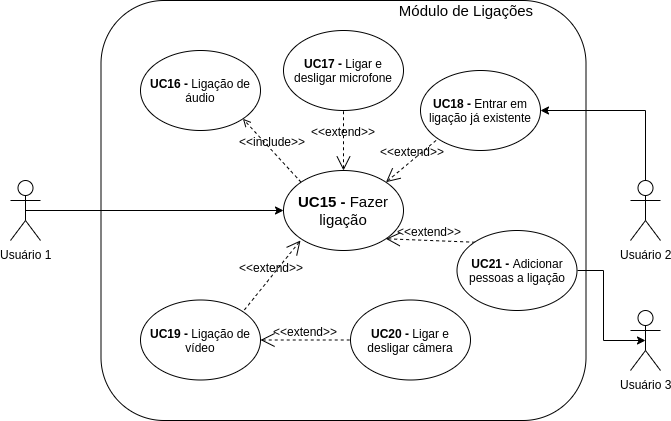
Above: docs/docs/assets/img/modeling/uc_diagrams/UserCasesDiagram_Wire_Ligacoes.png in Requisitos-de-Software/2019.2-Wire (draw.io), before the change. Source tidied: cells renumbered, new cells last; positions are measured from the earlier drawing's top-left corner, leaving out a move shared by most shapes.
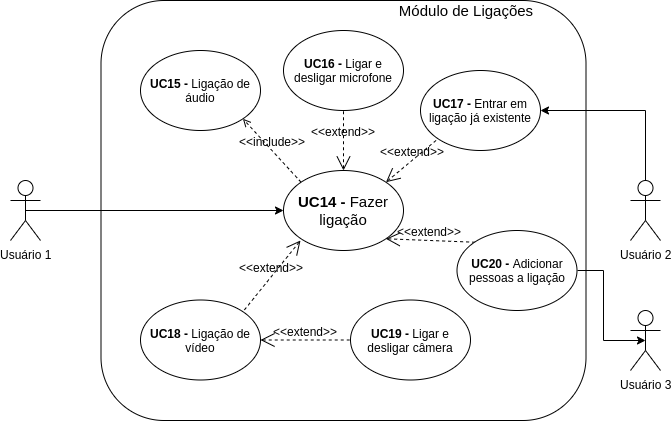
Above is the later version.

Commit message:
Update user cases document

Diff of the diagram source:
```diff
@@ -14,7 +14,7 @@
     <mxCell id="5" style="edgeStyle=orthogonalEdgeStyle;rounded=0;jettySize=auto;html=1;exitX=0;exitY=0.5;exitDx=0;exitDy=0;entryX=0.5;entryY=0.5;entryDx=0;entryDy=0;entryPerimeter=0;startArrow=classic;startFill=1;endArrow=none;endFill=0;fontSize=15;" parent="1" edge="1" source="6" target="4">
       <mxGeometry relative="1" as="geometry" />
     </mxCell>
-    <mxCell id="6" value="&lt;font style=&quot;font-size: 15px&quot;&gt;&lt;b&gt;UC15 -&amp;nbsp;&lt;/b&gt;Fazer ligação&lt;/font&gt;" style="ellipse;whiteSpace=wrap;html=1;fontSize=12;" parent="1" vertex="1">
+    <mxCell id="6" value="&lt;font style=&quot;font-size: 15px&quot;&gt;&lt;b&gt;UC14 -&amp;nbsp;&lt;/b&gt;Fazer ligação&lt;/font&gt;" style="ellipse;whiteSpace=wrap;html=1;fontSize=12;" parent="1" vertex="1">
       <mxGeometry x="273" y="170" width="120" height="80" as="geometry" />
     </mxCell>
     <mxCell id="7" value="Usuário 2" style="shape=umlActor;verticalLabelPosition=bottom;labelBackgroundColor=#ffffff;verticalAlign=top;html=1;outlineConnect=0;fontSize=12;" parent="1" vertex="1">
@@ -28,16 +28,16 @@
     <mxCell id="9" value="&amp;lt;&amp;lt;include&amp;gt;&amp;gt;" style="edgeStyle=none;html=1;endArrow=open;verticalAlign=bottom;dashed=1;labelBackgroundColor=none;fontSize=12;exitX=0;exitY=0;exitDx=0;exitDy=0;entryX=1;entryY=1;entryDx=0;entryDy=0;" parent="1" edge="1" source="6" target="10">
       <mxGeometry relative="1" as="geometry" />
     </mxCell>
-    <mxCell id="10" value="&lt;font&gt;&lt;b style=&quot;font-size: 12px&quot;&gt;UC16 -&amp;nbsp;&lt;/b&gt;&lt;font style=&quot;font-size: 12px&quot;&gt;Ligação de áudio&lt;/font&gt;&lt;/font&gt;" style="ellipse;whiteSpace=wrap;html=1;fontSize=12;" parent="1" vertex="1">
+    <mxCell id="10" value="&lt;font&gt;&lt;b style=&quot;font-size: 12px&quot;&gt;UC15 -&amp;nbsp;&lt;/b&gt;&lt;font style=&quot;font-size: 12px&quot;&gt;Ligação de áudio&lt;/font&gt;&lt;/font&gt;" style="ellipse;whiteSpace=wrap;html=1;fontSize=12;" parent="1" vertex="1">
       <mxGeometry x="130" y="50" width="120" height="80" as="geometry" />
     </mxCell>
-    <mxCell id="11" value="&lt;font style=&quot;font-size: 12px&quot;&gt;&lt;b&gt;UC19 -&amp;nbsp;&lt;/b&gt;Ligação de vídeo&lt;/font&gt;" style="ellipse;whiteSpace=wrap;html=1;fontSize=12;" parent="1" vertex="1">
+    <mxCell id="11" value="&lt;font style=&quot;font-size: 12px&quot;&gt;&lt;b&gt;UC18 -&amp;nbsp;&lt;/b&gt;Ligação de vídeo&lt;/font&gt;" style="ellipse;whiteSpace=wrap;html=1;fontSize=12;" parent="1" vertex="1">
       <mxGeometry x="130" y="299.5" width="120" height="80" as="geometry" />
     </mxCell>
     <mxCell id="12" value="&amp;lt;&amp;lt;extend&amp;gt;&amp;gt;" style="edgeStyle=none;html=1;startArrow=open;endArrow=none;startSize=12;verticalAlign=bottom;dashed=1;labelBackgroundColor=none;fontSize=12;exitX=1;exitY=1;exitDx=0;exitDy=0;entryX=0;entryY=0;entryDx=0;entryDy=0;" parent="1" edge="1" source="6" target="13">
       <mxGeometry relative="1" as="geometry" />
     </mxCell>
-    <mxCell id="13" value="&lt;font style=&quot;font-size: 12px&quot;&gt;&lt;b&gt;UC21 -&amp;nbsp;&lt;/b&gt;Adicionar pessoas a ligação&lt;/font&gt;" style="ellipse;whiteSpace=wrap;html=1;fontSize=12;" parent="1" vertex="1">
+    <mxCell id="13" value="&lt;font style=&quot;font-size: 12px&quot;&gt;&lt;b&gt;UC20 -&amp;nbsp;&lt;/b&gt;Adicionar pessoas a ligação&lt;/font&gt;" style="ellipse;whiteSpace=wrap;html=1;fontSize=12;" parent="1" vertex="1">
       <mxGeometry x="446.5" y="230" width="120" height="80" as="geometry" />
     </mxCell>
     <mxCell id="14" value="&amp;lt;&amp;lt;extend&amp;gt;&amp;gt;" style="edgeStyle=none;html=1;startArrow=open;endArrow=none;startSize=12;verticalAlign=bottom;dashed=1;labelBackgroundColor=none;fontSize=12;exitX=1;exitY=0;exitDx=0;exitDy=0;entryX=0;entryY=1;entryDx=0;entryDy=0;" parent="1" edge="1" source="6" target="16">
@@ -46,19 +46,19 @@
     <mxCell id="15" style="edgeStyle=orthogonalEdgeStyle;rounded=0;jettySize=auto;html=1;exitX=1;exitY=0.5;exitDx=0;exitDy=0;entryX=0.5;entryY=0;entryDx=0;entryDy=0;entryPerimeter=0;startArrow=classic;startFill=1;endArrow=none;endFill=0;fontSize=15;" parent="1" edge="1" source="16" target="7">
       <mxGeometry relative="1" as="geometry" />
     </mxCell>
-    <mxCell id="16" value="&lt;font style=&quot;font-size: 12px&quot;&gt;&lt;b&gt;UC18 -&amp;nbsp;&lt;/b&gt;Entrar em ligação já existente&lt;/font&gt;" style="ellipse;whiteSpace=wrap;html=1;fontSize=12;" parent="1" vertex="1">
+    <mxCell id="16" value="&lt;font style=&quot;font-size: 12px&quot;&gt;&lt;b&gt;UC17 -&amp;nbsp;&lt;/b&gt;Entrar em ligação já existente&lt;/font&gt;" style="ellipse;whiteSpace=wrap;html=1;fontSize=12;" parent="1" vertex="1">
       <mxGeometry x="410" y="70" width="120" height="80" as="geometry" />
     </mxCell>
     <mxCell id="17" value="&amp;lt;&amp;lt;extend&amp;gt;&amp;gt;" style="edgeStyle=none;html=1;startArrow=open;endArrow=none;startSize=12;verticalAlign=bottom;dashed=1;labelBackgroundColor=none;fontSize=12;entryX=0.5;entryY=1;entryDx=0;entryDy=0;" parent="1" edge="1" source="6" target="18">
       <mxGeometry relative="1" as="geometry" />
     </mxCell>
-    <mxCell id="18" value="&lt;font style=&quot;font-size: 12px&quot;&gt;&lt;b&gt;UC17 -&amp;nbsp;&lt;/b&gt;Ligar e desligar microfone&lt;/font&gt;" style="ellipse;whiteSpace=wrap;html=1;fontSize=12;" parent="1" vertex="1">
+    <mxCell id="18" value="&lt;font style=&quot;font-size: 12px&quot;&gt;&lt;b&gt;UC16 -&amp;nbsp;&lt;/b&gt;Ligar e desligar microfone&lt;/font&gt;" style="ellipse;whiteSpace=wrap;html=1;fontSize=12;" parent="1" vertex="1">
       <mxGeometry x="273" y="30" width="120" height="80" as="geometry" />
     </mxCell>
     <mxCell id="19" value="&amp;lt;&amp;lt;extend&amp;gt;&amp;gt;" style="edgeStyle=none;html=1;startArrow=open;endArrow=none;startSize=12;verticalAlign=bottom;dashed=1;labelBackgroundColor=none;fontSize=12;entryX=0;entryY=0.5;entryDx=0;entryDy=0;exitX=1;exitY=0.5;exitDx=0;exitDy=0;" parent="1" edge="1" source="11" target="20">
       <mxGeometry relative="1" as="geometry" />
     </mxCell>
-    <mxCell id="20" value="&lt;font style=&quot;font-size: 12px&quot;&gt;&lt;b&gt;UC20 -&amp;nbsp;&lt;/b&gt;Ligar e desligar câmera&lt;/font&gt;" style="ellipse;whiteSpace=wrap;html=1;fontSize=12;" parent="1" vertex="1">
+    <mxCell id="20" value="&lt;font style=&quot;font-size: 12px&quot;&gt;&lt;b&gt;UC19 -&amp;nbsp;&lt;/b&gt;Ligar e desligar câmera&lt;/font&gt;" style="ellipse;whiteSpace=wrap;html=1;fontSize=12;" parent="1" vertex="1">
       <mxGeometry x="340" y="299.5" width="120" height="80" as="geometry" />
     </mxCell>
     <mxCell id="21" style="edgeStyle=orthogonalEdgeStyle;rounded=0;jettySize=auto;html=1;exitX=0.5;exitY=0.5;exitDx=0;exitDy=0;exitPerimeter=0;entryX=1;entryY=0.5;entryDx=0;entryDy=0;startArrow=classic;startFill=1;endArrow=none;endFill=0;fontSize=15;" parent="1" edge="1" source="22" target="13">
```
